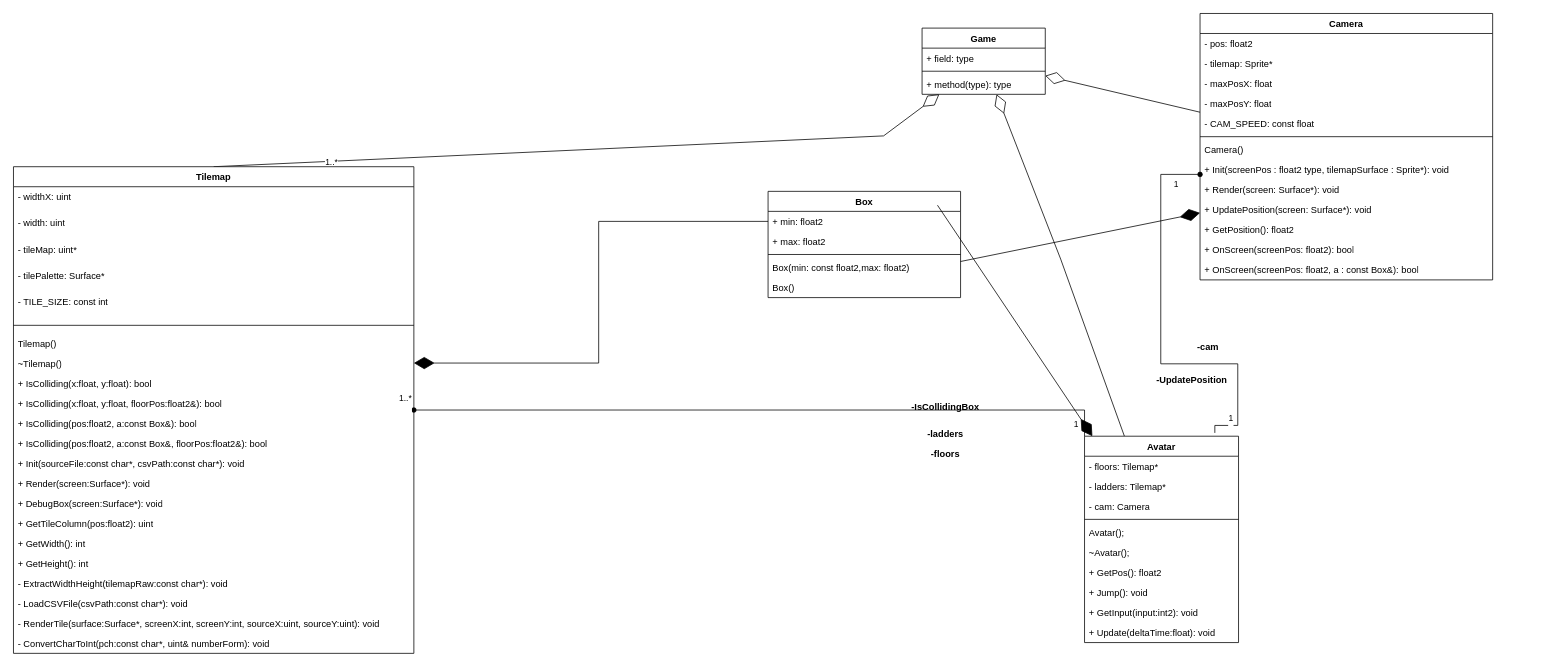
Above: Class UML.drawio in Tycro-Games/BlockA-Pitfall (draw.io), before the change. Source tidied: cells renumbered, new cells numbered last; positions are measured from the earlier drawing's top-left corner, leaving out a move shared by most shapes. Both pictures are drawn from the tidied source at 77%, with x=0, y=0 at pixel (13, 13).
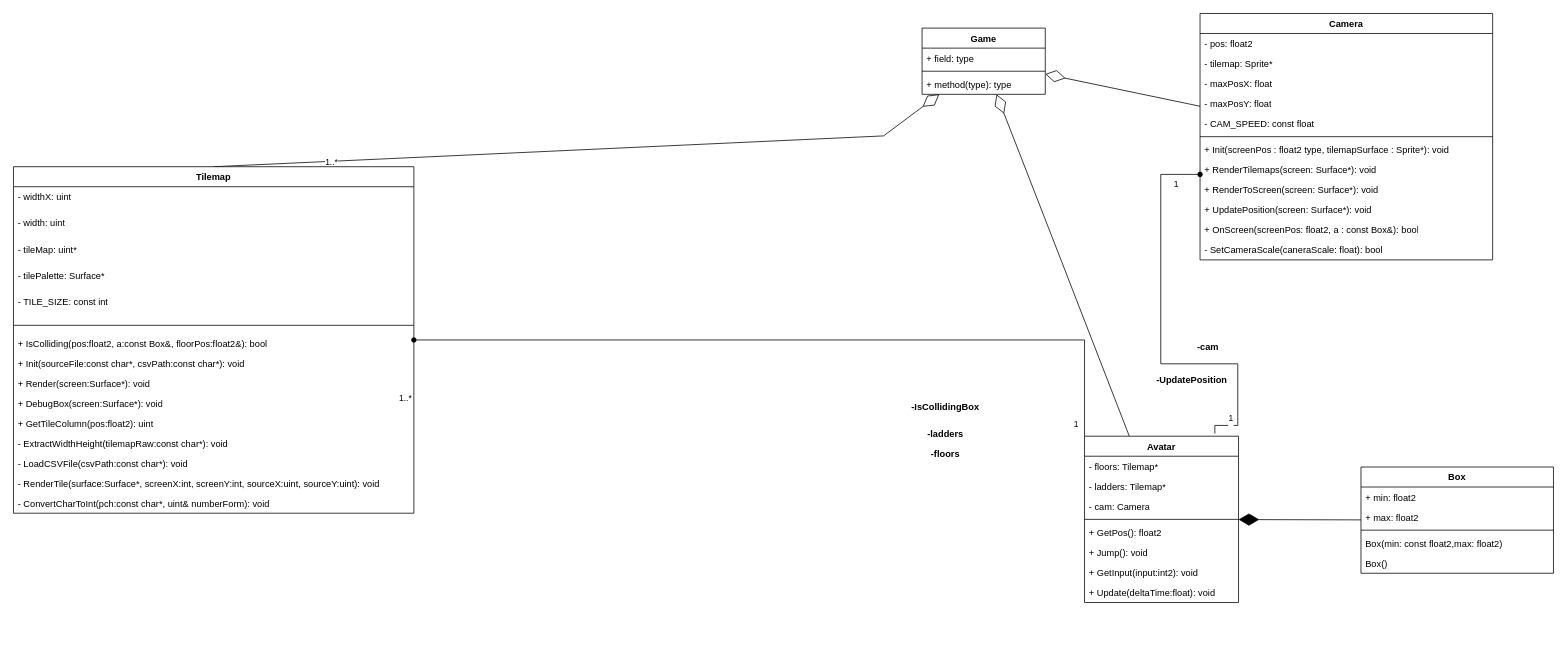
Above is the later version.

The change refers to these unchanged cells:
```xml
<mxCell id="12" style="group;" parent="1" vertex="1">
  <mxGeometry y="199" width="520" height="632" as="geometry" />
</mxCell>
<mxCell id="42" style="group;" parent="37" vertex="1">
  <mxGeometry x="209" y="93" width="212" height="259" as="geometry" />
</mxCell>
<mxCell id="59" value="+ min: float2" style="text;strokeColor=none;fillColor=none;align=left;verticalAlign=top;spacingLeft=4;spacingRight=4;overflow=hidden;points=[[0,0.5],[1,0.5]];portConstraint=eastwest;whiteSpace=wrap;html=1;" parent="57" vertex="1">
  <mxGeometry y="26" width="250" height="26" as="geometry" />
</mxCell>
```

Change to the diagram source:
```diff
@@
     <mxCell id="13" value="&lt;div&gt;Tilemap&lt;/div&gt;&lt;div&gt;&lt;br&gt;&lt;/div&gt;&lt;div&gt;&lt;br&gt;&lt;/div&gt;&lt;div&gt;&lt;br&gt;&lt;/div&gt;" style="swimlane;fontStyle=1;align=center;verticalAlign=top;horizontal=1;startSize=26;whiteSpace=wrap;html=1;rounded=0;" parent="12" vertex="1">
-      <mxGeometry width="520" height="632" as="geometry" />
+      <mxGeometry width="520" height="450" as="geometry" />
     </mxCell>
@@
-    <mxCell id="20" value="Tilemap() " style="text;strokeColor=none;fillColor=none;align=left;verticalAlign=top;spacingLeft=4;spacingRight=4;overflow=hidden;whiteSpace=wrap;html=1;" parent="13" vertex="1">
-      <mxGeometry y="216" width="520" height="26" as="geometry" />
-    </mxCell>
-    <mxCell id="21" value="~Tilemap()" style="text;strokeColor=none;fillColor=none;align=left;verticalAlign=top;spacingLeft=4;spacingRight=4;overflow=hidden;points=[[0,0.5],[1,0.5]];portConstraint=eastwest;whiteSpace=wrap;html=1;" parent="13" vertex="1">
-      <mxGeometry y="242" width="520" height="26" as="geometry" />
-    </mxCell>
-    <mxCell id="22" value="+ IsColliding(x:float, y:float): bool" style="text;strokeColor=none;fillColor=none;align=left;verticalAlign=top;spacingLeft=4;spacingRight=4;overflow=hidden;whiteSpace=wrap;html=1;" parent="13" vertex="1">
-      <mxGeometry y="268" width="520" height="26" as="geometry" />
-    </mxCell>
-    <mxCell id="23" value="+ IsColliding(x:float, y:float, floorPos:float2&amp;amp;): bool" style="text;strokeColor=none;fillColor=none;align=left;verticalAlign=top;spacingLeft=4;spacingRight=4;overflow=hidden;whiteSpace=wrap;html=1;" parent="13" vertex="1">
-      <mxGeometry y="294" width="520" height="26" as="geometry" />
-    </mxCell>
-    <mxCell id="24" value="+ IsColliding(pos:float2, a:const Box&amp;amp;): bool" style="text;strokeColor=none;fillColor=none;align=left;verticalAlign=top;spacingLeft=4;spacingRight=4;overflow=hidden;whiteSpace=wrap;html=1;" parent="13" vertex="1">
-      <mxGeometry y="320" width="520" height="26" as="geometry" />
-    </mxCell>
     <mxCell id="25" value="+ IsColliding(pos:float2, a:const Box&amp;amp;, floorPos:float2&amp;amp;): bool" style="text;strokeColor=none;fillColor=none;align=left;verticalAlign=top;spacingLeft=4;spacingRight=4;overflow=hidden;whiteSpace=wrap;html=1;" parent="13" vertex="1">
-      <mxGeometry y="346" width="520" height="26" as="geometry" />
+      <mxGeometry y="216" width="520" height="26" as="geometry" />
     </mxCell>
     <mxCell id="26" value="+ Init(sourceFile:const char*, csvPath:const char*): void" style="text;strokeColor=none;fillColor=none;align=left;verticalAlign=top;spacingLeft=4;spacingRight=4;overflow=hidden;whiteSpace=wrap;html=1;" parent="13" vertex="1">
-      <mxGeometry y="372" width="520" height="26" as="geometry" />
+      <mxGeometry y="242" width="520" height="26" as="geometry" />
     </mxCell>
     <mxCell id="27" value="+ Render(screen:Surface*): void" style="text;strokeColor=none;fillColor=none;align=left;verticalAlign=top;spacingLeft=4;spacingRight=4;overflow=hidden;whiteSpace=wrap;html=1;" parent="13" vertex="1">
-      <mxGeometry y="398" width="520" height="26" as="geometry" />
+      <mxGeometry y="268" width="520" height="26" as="geometry" />
     </mxCell>
     <mxCell id="28" value="+ DebugBox(screen:Surface*): void" style="text;strokeColor=none;fillColor=none;align=left;verticalAlign=top;spacingLeft=4;spacingRight=4;overflow=hidden;whiteSpace=wrap;html=1;" parent="13" vertex="1">
-      <mxGeometry y="424" width="520" height="26" as="geometry" />
+      <mxGeometry y="294" width="520" height="26" as="geometry" />
     </mxCell>
     <mxCell id="29" value="+ GetTileColumn(pos:float2): uint" style="text;strokeColor=none;fillColor=none;align=left;verticalAlign=top;spacingLeft=4;spacingRight=4;overflow=hidden;whiteSpace=wrap;html=1;" parent="13" vertex="1">
-      <mxGeometry y="450" width="520" height="26" as="geometry" />
+      <mxGeometry y="320" width="520" height="26" as="geometry" />
     </mxCell>
-    <mxCell id="30" value="+ GetWidth(): int" style="text;strokeColor=none;fillColor=none;align=left;verticalAlign=top;spacingLeft=4;spacingRight=4;overflow=hidden;whiteSpace=wrap;html=1;" parent="13" vertex="1">
-      <mxGeometry y="476" width="520" height="26" as="geometry" />
-    </mxCell>
-    <mxCell id="31" value="+ GetHeight(): int" style="text;strokeColor=none;fillColor=none;align=left;verticalAlign=top;spacingLeft=4;spacingRight=4;overflow=hidden;whiteSpace=wrap;html=1;" parent="13" vertex="1">
-      <mxGeometry y="502" width="520" height="26" as="geometry" />
-    </mxCell>
     <mxCell id="32" value="- ExtractWidthHeight(tilemapRaw:const char*): void" style="text;strokeColor=none;fillColor=none;align=left;verticalAlign=top;spacingLeft=4;spacingRight=4;overflow=hidden;whiteSpace=wrap;html=1;" parent="13" vertex="1">
-      <mxGeometry y="528" width="520" height="26" as="geometry" />
+      <mxGeometry y="346" width="520" height="26" as="geometry" />
     </mxCell>
     <mxCell id="33" value="- LoadCSVFile(csvPath:const char*): void" style="text;strokeColor=none;fillColor=none;align=left;verticalAlign=top;spacingLeft=4;spacingRight=4;overflow=hidden;whiteSpace=wrap;html=1;" parent="13" vertex="1">
-      <mxGeometry y="554" width="520" height="26" as="geometry" />
+      <mxGeometry y="372" width="520" height="26" as="geometry" />
     </mxCell>
     <mxCell id="34" value="- RenderTile(surface:Surface*, screenX:int, screenY:int, sourceX:uint, sourceY:uint): void" style="text;strokeColor=none;fillColor=none;align=left;verticalAlign=top;spacingLeft=4;spacingRight=4;overflow=hidden;whiteSpace=wrap;html=1;" parent="13" vertex="1">
-      <mxGeometry y="580" width="520" height="26" as="geometry" />
+      <mxGeometry y="398" width="520" height="26" as="geometry" />
     </mxCell>
     <mxCell id="35" value="- ConvertCharToInt(pch:const char*, uint&amp;amp; numberForm): void" style="text;strokeColor=none;fillColor=none;align=left;verticalAlign=top;spacingLeft=4;spacingRight=4;overflow=hidden;whiteSpace=wrap;html=1;" parent="13" vertex="1">
-      <mxGeometry y="606" width="520" height="26" as="geometry" />
+      <mxGeometry y="424" width="520" height="26" as="geometry" />
     </mxCell>
@@
     <mxCell id="43" value="&lt;div&gt;Avatar&lt;/div&gt;&lt;div&gt;&lt;br&gt;&lt;/div&gt;" style="swimlane;fontStyle=1;align=center;verticalAlign=top;horizontal=1;startSize=26;whiteSpace=wrap;html=1;" parent="42" vertex="1">
-      <mxGeometry x="12" y="17" width="200" height="268" as="geometry" />
+      <mxGeometry x="12" y="17" width="200" height="216" as="geometry" />
     </mxCell>
@@
-    <mxCell id="48" value="Avatar();" style="text;strokeColor=none;fillColor=none;align=left;verticalAlign=top;spacingLeft=4;spacingRight=4;overflow=hidden;whiteSpace=wrap;html=1;" parent="43" vertex="1">
-      <mxGeometry y="112" width="200" height="26" as="geometry" />
-    </mxCell>
-    <mxCell id="49" value="~Avatar();" style="text;strokeColor=none;fillColor=none;align=left;verticalAlign=top;spacingLeft=4;spacingRight=4;overflow=hidden;whiteSpace=wrap;html=1;" parent="43" vertex="1">
-      <mxGeometry y="138" width="200" height="26" as="geometry" />
-    </mxCell>
     <mxCell id="50" value="+ GetPos(): float2" style="text;strokeColor=none;fillColor=none;align=left;verticalAlign=top;spacingLeft=4;spacingRight=4;overflow=hidden;whiteSpace=wrap;html=1;" parent="43" vertex="1">
-      <mxGeometry y="164" width="200" height="26" as="geometry" />
+      <mxGeometry y="112" width="200" height="26" as="geometry" />
     </mxCell>
     <mxCell id="51" value="+ Jump(): void" style="text;strokeColor=none;fillColor=none;align=left;verticalAlign=top;spacingLeft=4;spacingRight=4;overflow=hidden;whiteSpace=wrap;html=1;" parent="43" vertex="1">
-      <mxGeometry y="190" width="200" height="26" as="geometry" />
+      <mxGeometry y="138" width="200" height="26" as="geometry" />
     </mxCell>
     <mxCell id="52" value="+ GetInput(input:int2): void" style="text;strokeColor=none;fillColor=none;align=left;verticalAlign=top;spacingLeft=4;spacingRight=4;overflow=hidden;whiteSpace=wrap;html=1;" parent="43" vertex="1">
-      <mxGeometry y="216" width="200" height="26" as="geometry" />
+      <mxGeometry y="164" width="200" height="26" as="geometry" />
     </mxCell>
     <mxCell id="53" value="+ Update(deltaTime:float): void" style="text;strokeColor=none;fillColor=none;align=left;verticalAlign=top;spacingLeft=4;spacingRight=4;overflow=hidden;whiteSpace=wrap;html=1;" parent="43" vertex="1">
-      <mxGeometry y="242" width="200" height="26" as="geometry" />
+      <mxGeometry y="190" width="200" height="26" as="geometry" />
     </mxCell>
@@
     <mxCell id="57" value="Box" style="swimlane;fontStyle=1;align=center;verticalAlign=top;horizontal=1;startSize=26;whiteSpace=wrap;html=1;" parent="1" vertex="1">
-      <mxGeometry x="980" y="231" width="250" height="138" as="geometry" />
+      <mxGeometry x="1750" y="589" width="250" height="138" as="geometry" />
     </mxCell>
-    <mxCell id="58" style="endArrow=diamondThin;endFill=1;endSize=24;html=1;rounded=0;" parent="57" edge="1" target="43">
-      <mxGeometry relative="1" as="geometry">
-        <mxPoint x="220" y="18" as="sourcePoint" />
-      </mxGeometry>
-    </mxCell>
@@
-    <mxCell id="64" style="endArrow=diamondThin;endFill=1;endSize=24;html=1;rounded=0;" parent="1" edge="1">
-      <mxGeometry relative="1" as="geometry">
-        <mxPoint x="1230" y="322.1" as="sourcePoint" />
-        <mxPoint x="1541" y="259" as="targetPoint" />
-      </mxGeometry>
-    </mxCell>
-    <mxCell id="65" style="edgeStyle=orthogonalEdgeStyle;rounded=0;jettySize=auto;html=1;exitX=0;exitY=0.5;exitDx=0;exitDy=0;endArrow=diamondThin;endFill=1;entryX=1;entryY=0.5;entryDx=0;entryDy=0;endSize=24;" parent="1" edge="1" source="59" target="21">
-      <mxGeometry relative="1" as="geometry" />
-    </mxCell>
     <mxCell id="66" value="Camera" style="swimlane;fontStyle=1;align=center;verticalAlign=top;horizontal=1;startSize=26;whiteSpace=wrap;html=1;strokeColor=default;fontFamily=Helvetica;fontSize=12;fontColor=default;fillColor=none;gradientColor=none;" parent="1" vertex="1">
-      <mxGeometry x="1541" width="380" height="346" as="geometry" />
+      <mxGeometry x="1541" width="380" height="320" as="geometry" />
     </mxCell>
@@
-    <mxCell id="73" value="Camera()" style="text;strokeColor=none;fillColor=none;align=left;verticalAlign=top;spacingLeft=4;spacingRight=4;overflow=hidden;whiteSpace=wrap;html=1;" parent="66" vertex="1">
-      <mxGeometry y="164" width="380" height="26" as="geometry" />
-    </mxCell>
     <mxCell id="74" value="+ Init(screenPos : float2 type, tilemapSurface : Sprite*): void" style="text;strokeColor=none;fillColor=none;align=left;verticalAlign=top;spacingLeft=4;spacingRight=4;overflow=hidden;whiteSpace=wrap;html=1;" parent="66" vertex="1">
-      <mxGeometry y="190" width="380" height="26" as="geometry" />
+      <mxGeometry y="164" width="380" height="26" as="geometry" />
     </mxCell>
+    <mxCell id="81" value="+ RenderTilemaps(screen: Surface*): void" style="text;strokeColor=none;fillColor=none;align=left;verticalAlign=top;spacingLeft=4;spacingRight=4;overflow=hidden;whiteSpace=wrap;html=1;" parent="66" vertex="1">
+      <mxGeometry y="190" width="380" height="26" as="geometry" />
+    </mxCell>
-    <mxCell id="75" value="+ Render(screen: Surface*): void" style="text;strokeColor=none;fillColor=none;align=left;verticalAlign=top;spacingLeft=4;spacingRight=4;overflow=hidden;whiteSpace=wrap;html=1;" parent="66" vertex="1">
+    <mxCell id="75" value="+ RenderToScreen(screen: Surface*): void" style="text;strokeColor=none;fillColor=none;align=left;verticalAlign=top;spacingLeft=4;spacingRight=4;overflow=hidden;whiteSpace=wrap;html=1;" parent="66" vertex="1">
       <mxGeometry y="216" width="380" height="26" as="geometry" />
     </mxCell>
@@
-    <mxCell id="77" value="+ GetPosition(): float2" style="text;strokeColor=none;fillColor=none;align=left;verticalAlign=top;spacingLeft=4;spacingRight=4;overflow=hidden;whiteSpace=wrap;html=1;" parent="66" vertex="1">
-      <mxGeometry y="268" width="380" height="26" as="geometry" />
-    </mxCell>
-    <mxCell id="78" value="+ OnScreen(screenPos: float2): bool" style="text;strokeColor=none;fillColor=none;align=left;verticalAlign=top;spacingLeft=4;spacingRight=4;overflow=hidden;whiteSpace=wrap;html=1;" parent="66" vertex="1">
-      <mxGeometry y="294" width="380" height="26" as="geometry" />
-    </mxCell>
+    <mxCell id="82" value="+ OnScreen(screenPos: float2, a : const Box&amp;amp;): bool" style="text;strokeColor=none;fillColor=none;align=left;verticalAlign=top;spacingLeft=4;spacingRight=4;overflow=hidden;whiteSpace=wrap;html=1;" parent="66" vertex="1">
+      <mxGeometry y="268" width="380" height="26" as="geometry" />
+    </mxCell>
-    <mxCell id="79" value="+ OnScreen(screenPos: float2, a : const Box&amp;amp;): bool" style="text;strokeColor=none;fillColor=none;align=left;verticalAlign=top;spacingLeft=4;spacingRight=4;overflow=hidden;whiteSpace=wrap;html=1;" parent="66" vertex="1">
-      <mxGeometry y="320" width="380" height="26" as="geometry" />
+    <mxCell id="79" value="- SetCameraScale(caneraScale: float): bool" style="text;strokeColor=none;fillColor=none;align=left;verticalAlign=top;spacingLeft=4;spacingRight=4;overflow=hidden;whiteSpace=wrap;html=1;" parent="66" vertex="1">
+      <mxGeometry y="294" width="380" height="26" as="geometry" />
     </mxCell>
@@
+    <mxCell id="58" style="endArrow=diamondThin;endFill=1;endSize=24;html=1;rounded=0;" parent="1" edge="1" source="57" target="43">
+      <mxGeometry relative="1" as="geometry" />
+    </mxCell>
```
